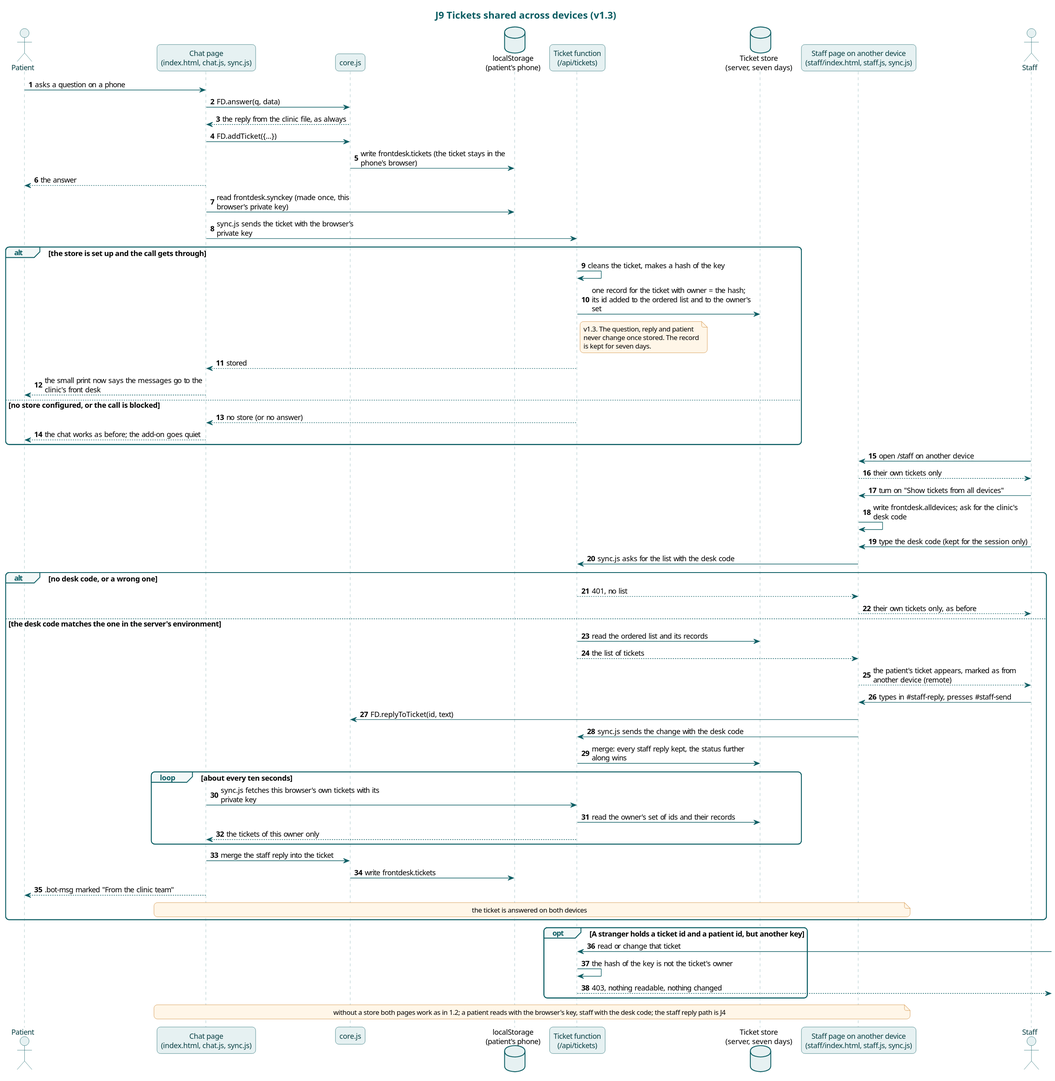
This is docs/diagrams/j9-shared-tickets.svg from karwasanjay007/frontdesk-ai-docs, a PlantUML export, as it was before one commit.
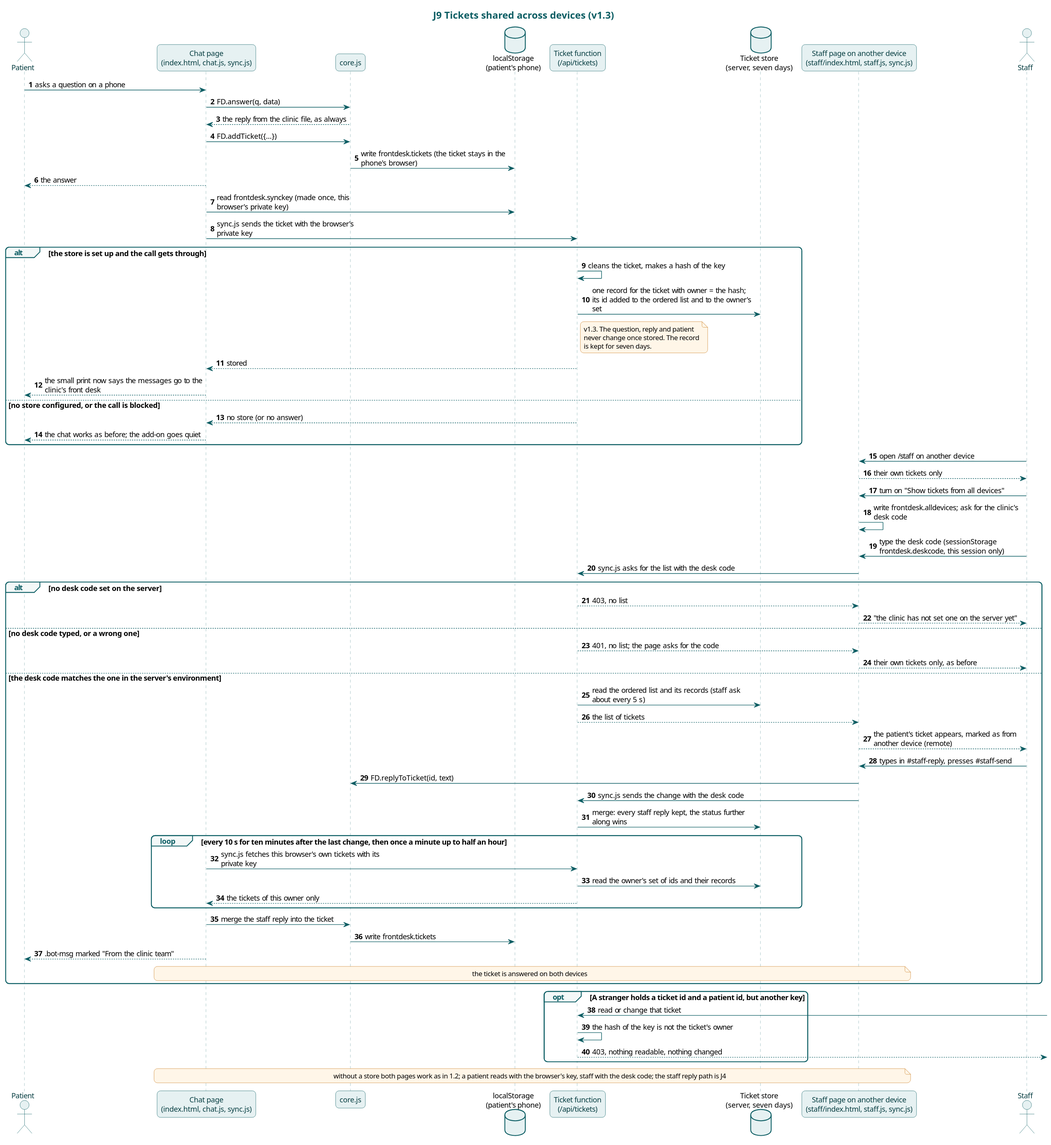
The same diagram one commit later.

Diff of the diagram source:
```diff
@@ -38,20 +38,23 @@
 SP --> Staff : their own tickets only
 Staff -> SP : turn on "Show tickets from all devices"
 SP -> SP : write frontdesk.alldevices; ask for the clinic's desk code
-Staff -> SP : type the desk code (kept for the session only)
+Staff -> SP : type the desk code (sessionStorage frontdesk.deskcode, this session only)
 SP -> Fn : sync.js asks for the list with the desk code
-alt no desk code, or a wrong one
-  Fn --> SP : 401, no list
+alt no desk code set on the server
+  Fn --> SP : 403, no list
+  SP --> Staff : "the clinic has not set one on the server yet"
+else no desk code typed, or a wrong one
+  Fn --> SP : 401, no list; the page asks for the code
   SP --> Staff : their own tickets only, as before
 else the desk code matches the one in the server's environment
-  Fn -> Store : read the ordered list and its records
+  Fn -> Store : read the ordered list and its records (staff ask about every 5 s)
   Fn --> SP : the list of tickets
   SP --> Staff : the patient's ticket appears, marked as from another device (remote)
   Staff -> SP : types in #staff-reply, presses #staff-send
   SP -> Core : FD.replyToTicket(id, text)
   SP -> Fn : sync.js sends the change with the desk code
   Fn -> Store : merge: every staff reply kept, the status further along wins
-  loop about every ten seconds
+  loop every 10 s for ten minutes after the last change, then once a minute up to half an hour
     Chat -> Fn : sync.js fetches this browser's own tickets with its private key
     Fn -> Store : read the owner's set of ids and their records
     Fn --> Chat : the tickets of this owner only
```
